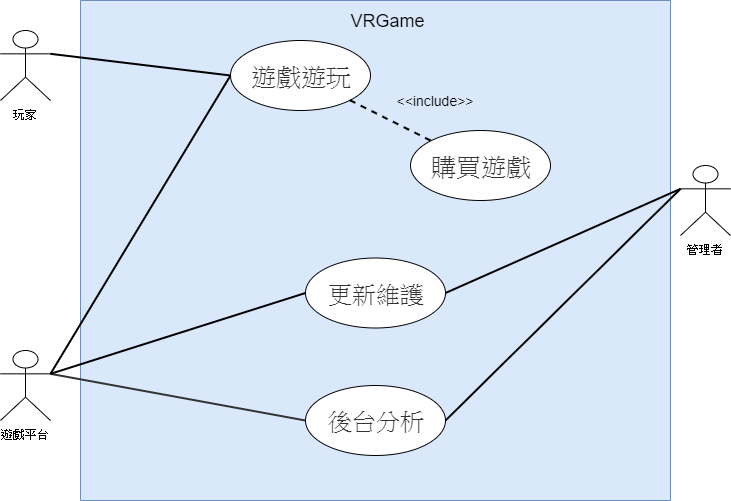
0624036/0624036_OO keeps this draw.io diagram as 使用案例圖.png. Above is the earlier version. Source tidied: cells renumbered, new cells last; positions are measured from the earlier drawing's top-left corner, leaving out a move shared by most shapes.
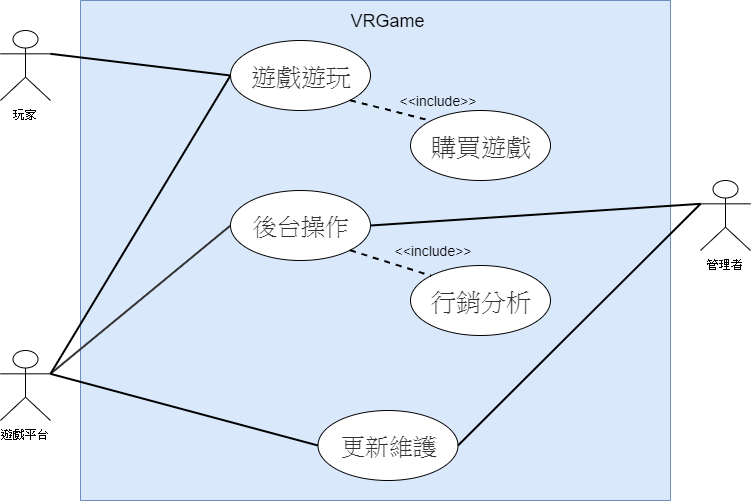
Above is the later version.

Commit message:
All使用案例圖.png

The edit, as a diff of the source:
```diff
@@ -15,7 +15,7 @@
       <mxGeometry y="350" width="50" height="70" as="geometry" />
     </mxCell>
     <mxCell id="6" value="管理者" style="shape=umlActor;verticalLabelPosition=bottom;labelBackgroundColor=#ffffff;verticalAlign=top;html=1;" parent="1" vertex="1">
-      <mxGeometry x="680" y="165" width="50" height="70" as="geometry" />
+      <mxGeometry x="700" y="180" width="50" height="70" as="geometry" />
     </mxCell>
     <mxCell id="7" style="endArrow=none;html=1;fontSize=17;entryX=0;entryY=0.5;entryDx=0;entryDy=0;strokeWidth=2;exitX=1;exitY=0.3333333333333333;exitDx=0;exitDy=0;exitPerimeter=0;strokeColor=#333333;" parent="1" edge="1" source="5" target="10">
       <mxGeometry relative="1" as="geometry" />
@@ -26,11 +26,11 @@
     <mxCell id="9" value="&lt;span style=&quot;color: rgb(51 , 51 , 51) ; font-size: 25px&quot;&gt;遊戲遊玩&lt;/span&gt;" style="ellipse;whiteSpace=wrap;html=1;" parent="1" vertex="1">
       <mxGeometry x="230" y="40" width="140" height="70" as="geometry" />
     </mxCell>
-    <mxCell id="10" value="&lt;font color=&quot;#333333&quot;&gt;&lt;span style=&quot;font-size: 24px&quot;&gt;後台分析&lt;/span&gt;&lt;/font&gt;" style="ellipse;whiteSpace=wrap;html=1;" parent="1" vertex="1">
-      <mxGeometry x="305" y="385" width="140" height="70" as="geometry" />
+    <mxCell id="10" value="&lt;font color=&quot;#333333&quot;&gt;&lt;span style=&quot;font-size: 24px&quot;&gt;後台操作&lt;/span&gt;&lt;/font&gt;" style="ellipse;whiteSpace=wrap;html=1;" parent="1" vertex="1">
+      <mxGeometry x="230" y="190" width="140" height="70" as="geometry" />
     </mxCell>
     <mxCell id="11" value="&lt;font color=&quot;#333333&quot;&gt;&lt;span style=&quot;font-size: 24px&quot;&gt;更新維護&lt;/span&gt;&lt;/font&gt;" style="ellipse;whiteSpace=wrap;html=1;" parent="1" vertex="1">
-      <mxGeometry x="305" y="257.5" width="140" height="70" as="geometry" />
+      <mxGeometry x="317.5" y="410" width="140" height="70" as="geometry" />
     </mxCell>
     <mxCell id="12" style="endArrow=none;html=1;strokeWidth=2;entryX=0;entryY=0.5;entryDx=0;entryDy=0;exitX=1;exitY=0.3333333333333333;exitDx=0;exitDy=0;exitPerimeter=0;" parent="1" edge="1" source="5" target="9">
       <mxGeometry relative="1" as="geometry" />
@@ -45,13 +45,22 @@
       <mxGeometry relative="1" as="geometry" />
     </mxCell>
     <mxCell id="16" value="&lt;font color=&quot;#333333&quot;&gt;&lt;span style=&quot;font-size: 25px&quot;&gt;購買遊戲&lt;/span&gt;&lt;/font&gt;" style="ellipse;whiteSpace=wrap;html=1;" parent="1" vertex="1">
-      <mxGeometry x="410" y="130" width="140" height="70" as="geometry" />
+      <mxGeometry x="410" y="110" width="140" height="70" as="geometry" />
     </mxCell>
     <mxCell id="17" style="endArrow=none;html=1;fontSize=17;entryX=0;entryY=0;entryDx=0;entryDy=0;strokeWidth=2;exitX=1;exitY=1;exitDx=0;exitDy=0;dashed=1;" parent="1" edge="1" source="9" target="16">
       <mxGeometry relative="1" as="geometry" />
     </mxCell>
     <mxCell id="18" value="&lt;font style=&quot;font-size: 14px&quot;&gt;&amp;lt;&amp;lt;include&amp;gt;&amp;gt;&lt;/font&gt;" style="text;html=1;strokeColor=none;fillColor=none;align=center;verticalAlign=middle;whiteSpace=wrap;rounded=0;" parent="1" vertex="1">
-      <mxGeometry x="390" y="90" width="90" height="20" as="geometry" />
+      <mxGeometry x="393" y="90" width="90" height="20" as="geometry" />
     </mxCell>
+    <mxCell id="19" value="&lt;font color=&quot;#333333&quot;&gt;&lt;span style=&quot;font-size: 25px&quot;&gt;行銷分析&lt;/span&gt;&lt;/font&gt;" style="ellipse;whiteSpace=wrap;html=1;" parent="1" vertex="1">
+      <mxGeometry x="410" y="265" width="140" height="70" as="geometry" />
+    </mxCell>
+    <mxCell id="20" style="endArrow=none;html=1;fontSize=17;strokeWidth=2;exitX=1;exitY=1;exitDx=0;exitDy=0;dashed=1;entryX=0;entryY=0;entryDx=0;entryDy=0;" parent="1" edge="1" source="10" target="19">
+      <mxGeometry relative="1" as="geometry" />
+    </mxCell>
+    <mxCell id="21" value="&lt;font style=&quot;font-size: 14px&quot;&gt;&amp;lt;&amp;lt;include&amp;gt;&amp;gt;&lt;/font&gt;" style="text;html=1;strokeColor=none;fillColor=none;align=center;verticalAlign=middle;whiteSpace=wrap;rounded=0;" parent="1" vertex="1">
+      <mxGeometry x="387.5" y="240" width="90" height="20" as="geometry" />
+    </mxCell>
   </root>
 </mxGraphModel>
```
